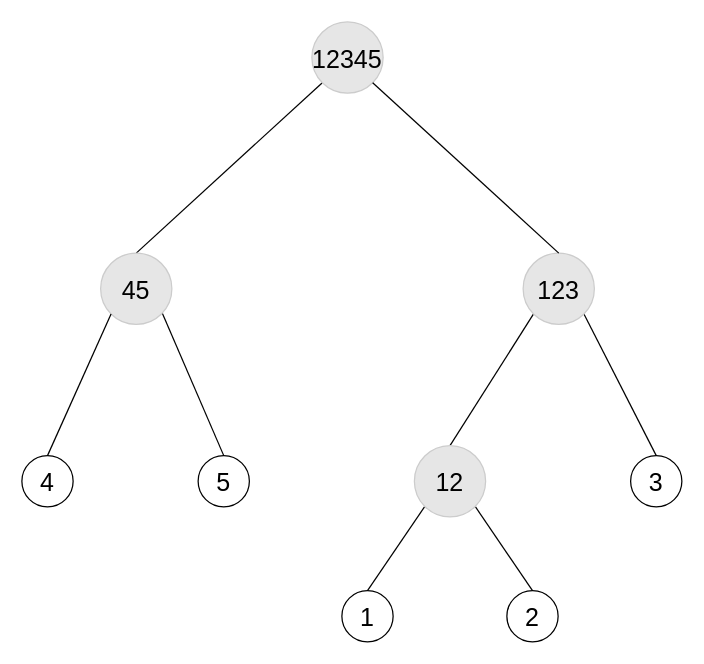
Before: page "ISMB_v2" (1 of 3) of img/Fig2.drawio in tahiri-lab/PrismTree, a draw.io diagram. Source tidied: cells renumbered, new cells numbered last; positions are measured from the earlier drawing's top-left corner, leaving out a move shared by most shapes. Both pictures are drawn from the tidied source at 125%, with x=0, y=0 at pixel (21, 21).
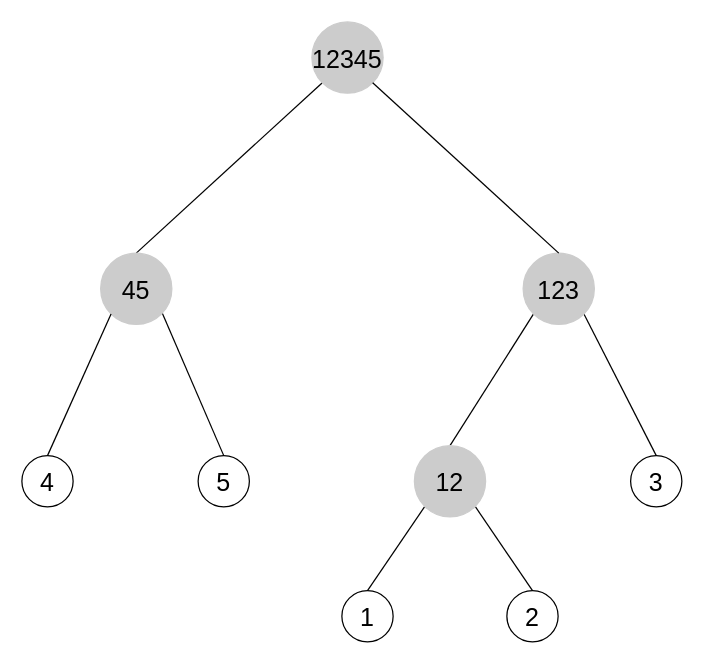
The same page after the edit.

Change to the diagram source:
```diff
@@
 <mxGraphModel>
   <root>
     <mxCell id="0" />
     <mxCell id="1" parent="0" />
     <mxCell id="2" value="&lt;font style=&quot;font-size: 20px;&quot;&gt;&lt;span&gt;1&lt;/span&gt;&lt;/font&gt;" style="ellipse;whiteSpace=wrap;html=1;fontStyle=0;" parent="1" vertex="1">
       <mxGeometry x="256" y="455" width="41" height="41" as="geometry" />
     </mxCell>
     <mxCell id="3" style="endArrow=none;html=1;rounded=0;fillColor=#e1d5e7;strokeColor=#000000;fontStyle=0;exitX=0.5;exitY=0;exitDx=0;exitDy=0;entryX=0;entryY=1;entryDx=0;entryDy=0;" parent="1" edge="1" source="14" target="13">
       <mxGeometry relative="1" as="geometry" />
     </mxCell>
     <mxCell id="4" style="endArrow=none;html=1;rounded=0;exitX=0.5;exitY=0;exitDx=0;exitDy=0;entryX=0;entryY=1;entryDx=0;entryDy=0;fillColor=#e1d5e7;strokeColor=#000000;fontStyle=0;" parent="1" edge="1" source="16" target="15">
       <mxGeometry relative="1" as="geometry" />
     </mxCell>
     <mxCell id="5" style="endArrow=none;html=1;rounded=0;entryX=1;entryY=1;entryDx=0;entryDy=0;exitX=0.5;exitY=0;exitDx=0;exitDy=0;fillColor=#e1d5e7;strokeColor=#000000;fontStyle=0;" parent="1" edge="1" source="9" target="16">
       <mxGeometry relative="1" as="geometry" />
     </mxCell>
     <mxCell id="6" style="endArrow=none;html=1;rounded=0;exitX=0.5;exitY=0;exitDx=0;exitDy=0;fillColor=#e1d5e7;strokeColor=#000000;entryX=0;entryY=1;entryDx=0;entryDy=0;" parent="1" edge="1" source="2" target="16">
       <mxGeometry relative="1" as="geometry" />
     </mxCell>
     <mxCell id="7" style="endArrow=none;html=1;rounded=0;entryX=0.842;entryY=0.789;entryDx=0;entryDy=0;exitX=0.5;exitY=0;exitDx=0;exitDy=0;fillColor=#e1d5e7;strokeColor=#000000;fontStyle=0;entryPerimeter=0;" parent="1" edge="1" source="12" target="14">
       <mxGeometry relative="1" as="geometry" />
     </mxCell>
     <mxCell id="8" style="endArrow=none;html=1;rounded=0;entryX=1;entryY=1;entryDx=0;entryDy=0;exitX=0.5;exitY=0;exitDx=0;exitDy=0;fillColor=#e1d5e7;strokeColor=#000000;fontStyle=0;" parent="1" edge="1" source="10" target="15">
       <mxGeometry relative="1" as="geometry" />
     </mxCell>
     <mxCell id="9" value="&lt;span style=&quot;font-size: 20px;&quot;&gt;2&lt;/span&gt;" style="ellipse;whiteSpace=wrap;html=1;fontStyle=0;" parent="1" vertex="1">
       <mxGeometry x="388" y="455" width="41" height="41" as="geometry" />
     </mxCell>
     <mxCell id="10" value="&lt;font style=&quot;font-size: 20px;&quot;&gt;&lt;span&gt;3&lt;/span&gt;&lt;/font&gt;" style="ellipse;whiteSpace=wrap;html=1;fontStyle=0;" parent="1" vertex="1">
       <mxGeometry x="487" y="347" width="41" height="41" as="geometry" />
     </mxCell>
     <mxCell id="11" value="&lt;span style=&quot;font-size: 20px;&quot;&gt;&lt;span&gt;4&lt;/span&gt;&lt;/span&gt;" style="ellipse;whiteSpace=wrap;html=1;fontStyle=0;" parent="1" vertex="1">
       <mxGeometry y="347" width="41" height="41" as="geometry" />
     </mxCell>
     <mxCell id="12" value="&lt;font style=&quot;font-size: 20px;&quot;&gt;&lt;span&gt;5&lt;/span&gt;&lt;/font&gt;" style="ellipse;whiteSpace=wrap;html=1;fontStyle=0;" parent="1" vertex="1">
       <mxGeometry x="141" y="347" width="41" height="41" as="geometry" />
     </mxCell>
-    <mxCell id="13" value="&lt;font style=&quot;font-size: 20px;&quot;&gt;&lt;span&gt;12345&lt;/span&gt;&lt;/font&gt;" style="ellipse;whiteSpace=wrap;html=1;fillColor=#E6E6E6;strokeColor=#CCCCCC;fontStyle=0;" parent="1" vertex="1">
+    <mxCell id="13" value="&lt;font style=&quot;font-size: 20px;&quot;&gt;&lt;span&gt;12345&lt;/span&gt;&lt;/font&gt;" style="ellipse;whiteSpace=wrap;html=1;fillColor=#cccccc;strokeColor=#CCCCCC;fontStyle=0;" parent="1" vertex="1">
       <mxGeometry x="232" width="57" height="57" as="geometry" />
     </mxCell>
-    <mxCell id="14" value="&lt;font style=&quot;font-size: 20px;&quot;&gt;&lt;span&gt;45&lt;/span&gt;&lt;/font&gt;" style="ellipse;whiteSpace=wrap;html=1;fillColor=#E6E6E6;strokeColor=#CCCCCC;fontStyle=0;" parent="1" vertex="1">
+    <mxCell id="14" value="&lt;font style=&quot;font-size: 20px;&quot;&gt;&lt;span&gt;45&lt;/span&gt;&lt;/font&gt;" style="ellipse;whiteSpace=wrap;html=1;fillColor=#cccccc;strokeColor=#CCCCCC;fontStyle=0;" parent="1" vertex="1">
       <mxGeometry x="63" y="185" width="57" height="57" as="geometry" />
     </mxCell>
-    <mxCell id="15" value="&lt;font style=&quot;font-size: 20px;&quot;&gt;&lt;span&gt;123&lt;/span&gt;&lt;/font&gt;" style="ellipse;whiteSpace=wrap;html=1;fillColor=#E6E6E6;strokeColor=#CCCCCC;fontStyle=0;" parent="1" vertex="1">
+    <mxCell id="15" value="&lt;font style=&quot;font-size: 20px;&quot;&gt;&lt;span&gt;123&lt;/span&gt;&lt;/font&gt;" style="ellipse;whiteSpace=wrap;html=1;fillColor=#cccccc;strokeColor=#CCCCCC;fontStyle=0;" parent="1" vertex="1">
       <mxGeometry x="401" y="185" width="57" height="57" as="geometry" />
     </mxCell>
-    <mxCell id="16" value="&lt;font style=&quot;font-size: 20px;&quot;&gt;&lt;span&gt;12&lt;/span&gt;&lt;/font&gt;" style="ellipse;whiteSpace=wrap;html=1;fillColor=#E6E6E6;strokeColor=#CCCCCC;fontStyle=0;" parent="1" vertex="1">
+    <mxCell id="16" value="&lt;font style=&quot;font-size: 20px;&quot;&gt;&lt;span&gt;12&lt;/span&gt;&lt;/font&gt;" style="ellipse;whiteSpace=wrap;html=1;fillColor=#cccccc;strokeColor=#CCCCCC;fontStyle=0;" parent="1" vertex="1">
       <mxGeometry x="314" y="339" width="57" height="57" as="geometry" />
     </mxCell>
     <mxCell id="17" style="endArrow=none;html=1;rounded=0;exitX=0.5;exitY=0;exitDx=0;exitDy=0;fillColor=#e1d5e7;strokeColor=#000000;fontStyle=0;entryX=1;entryY=1;entryDx=0;entryDy=0;" parent="1" edge="1" source="15" target="13">
       <mxGeometry relative="1" as="geometry" />
     </mxCell>
     <mxCell id="18" style="endArrow=none;html=1;rounded=0;fillColor=#e1d5e7;strokeColor=#000000;fontStyle=0;exitX=0.5;exitY=0;exitDx=0;exitDy=0;entryX=0;entryY=1;entryDx=0;entryDy=0;" parent="1" edge="1" source="11" target="14">
       <mxGeometry relative="1" as="geometry" />
     </mxCell>
   </root>
 </mxGraphModel>
```
